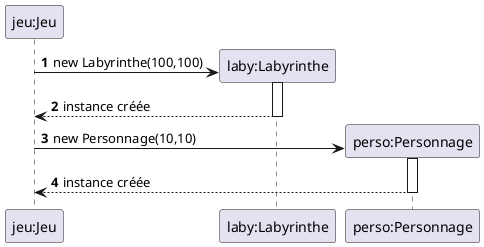
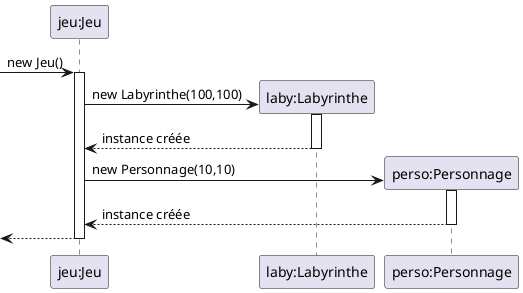
@startuml
'https://plantuml.com/sequence-diagram

- autonumber

participant "jeu:Jeu" as jeu
+ 
+ [-> jeu : new Jeu()
+ activate jeu
+ 

create participant "laby:Labyrinthe" as laby
jeu -> laby : new Labyrinthe(100,100)
activate laby
laby --> jeu : instance créée
deactivate laby

create participant "perso:Personnage" as perso
jeu -> perso: new Personnage(10,10)
activate perso
perso --> jeu : instance créée
deactivate perso
- 
+ [<--jeu
+ deactivate jeu
@enduml
